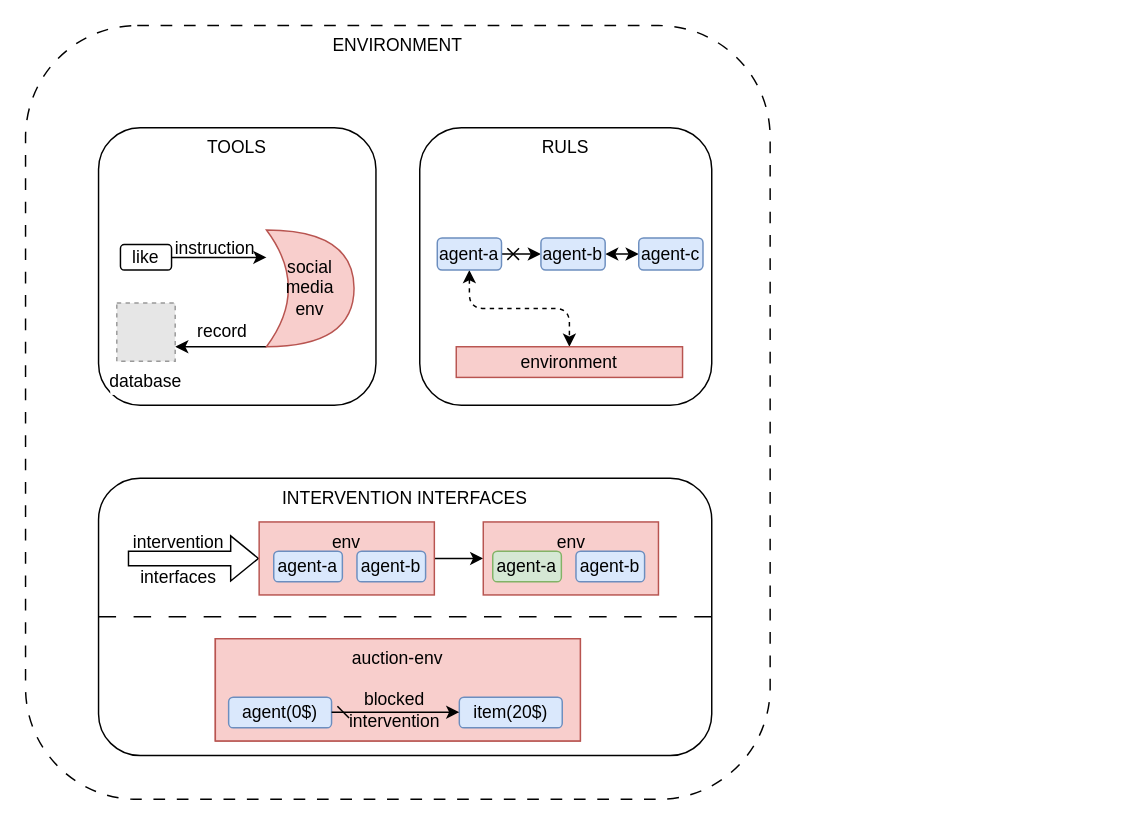
bianhua-12/Multi-generative_Agent_System_survey keeps this draw.io diagram as page "environment-conponets" (2 of 2) of mgas.drawio. Above is the earlier version. Source tidied: cells renumbered, new cells numbered last; positions are measured from the earlier drawing's top-left corner, leaving out a move shared by most shapes. Both pictures are drawn from the tidied source at 146%, with x=0, y=0 at pixel (25, 25). Pictures stored in the file or linked from it are replaced by grey dashed boxes.
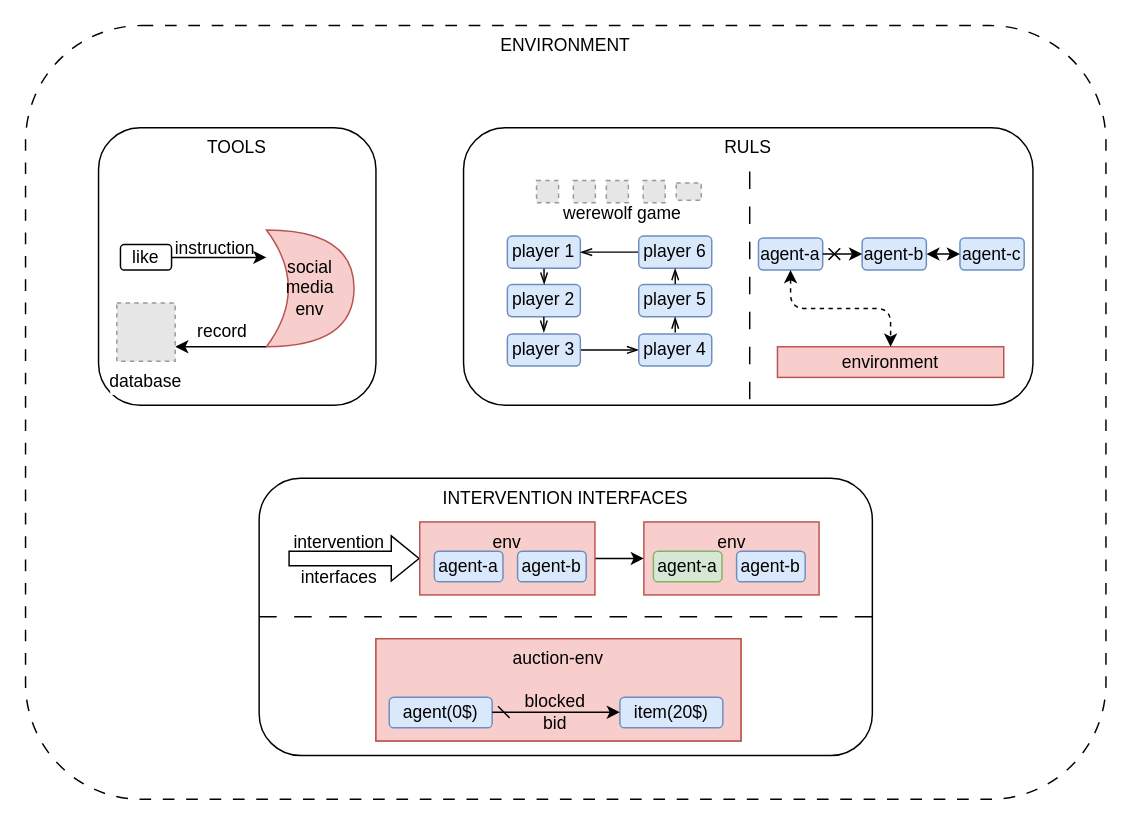
After the change.

The change refers to these unchanged cells:
```xml
<mxCell id="29" style="group;fillColor=#f8cecc;strokeColor=#b85450;" parent="16" vertex="1">
  <mxGeometry x="80" y="110" width="250" height="70" as="geometry" />
</mxCell>
```

The edit, as a diff of the source:
```diff
@@
     <mxCell id="2" value="ENVIRONMENT" style="rounded=1;whiteSpace=wrap;html=1;dashed=1;dashPattern=8 8;verticalAlign=top;" parent="1" vertex="1">
-      <mxGeometry width="510" height="530" as="geometry" />
+      <mxGeometry width="740" height="530" as="geometry" />
     </mxCell>
@@
-    <mxCell id="4" value="RULS" style="rounded=1;whiteSpace=wrap;html=1;verticalAlign=top;" parent="1" vertex="1">
-      <mxGeometry x="270" y="70" width="200" height="190" as="geometry" />
-    </mxCell>
@@
-    <mxCell id="9" style="rounded=1;jettySize=auto;html=1;labelBorderColor=none;textShadow=0;dashed=1;edgeStyle=orthogonalEdgeStyle;jumpStyle=sharp;startArrow=classic;startFill=1;" parent="1" edge="1" source="11" target="15">
-      <mxGeometry relative="1" as="geometry" />
-    </mxCell>
-    <mxCell id="10" style="edgeStyle=orthogonalEdgeStyle;rounded=0;jettySize=auto;html=1;entryX=0;entryY=0.5;entryDx=0;entryDy=0;startArrow=cross;startFill=0;" parent="1" edge="1" source="11" target="13">
-      <mxGeometry relative="1" as="geometry" />
-    </mxCell>
-    <mxCell id="11" value="agent-a" style="rounded=1;whiteSpace=wrap;html=1;fillColor=#dae8fc;strokeColor=#6c8ebf;" parent="1" vertex="1">
-      <mxGeometry x="282" y="145.5" width="44" height="22" as="geometry" />
-    </mxCell>
-    <mxCell id="12" style="edgeStyle=orthogonalEdgeStyle;rounded=0;jettySize=auto;html=1;entryX=0;entryY=0.5;entryDx=0;entryDy=0;startArrow=classic;startFill=1;" parent="1" edge="1" source="13" target="14">
-      <mxGeometry relative="1" as="geometry" />
-    </mxCell>
-    <mxCell id="13" value="agent-b" style="rounded=1;whiteSpace=wrap;html=1;fillColor=#dae8fc;strokeColor=#6c8ebf;" parent="1" vertex="1">
-      <mxGeometry x="353" y="145.5" width="44" height="22" as="geometry" />
-    </mxCell>
-    <mxCell id="14" value="agent-c" style="rounded=1;whiteSpace=wrap;html=1;fillColor=#dae8fc;strokeColor=#6c8ebf;" parent="1" vertex="1">
-      <mxGeometry x="420" y="145.5" width="44" height="22" as="geometry" />
-    </mxCell>
-    <mxCell id="15" value="environment" style="rounded=0;whiteSpace=wrap;html=1;fillColor=#f8cecc;strokeColor=#b85450;" parent="1" vertex="1">
-      <mxGeometry x="295" y="220" width="155" height="21" as="geometry" />
-    </mxCell>
     <mxCell id="16" style="group;" parent="1" vertex="1">
-      <mxGeometry x="50" y="310" width="420" height="190" as="geometry" />
+      <mxGeometry x="160" y="310" width="420" height="190" as="geometry" />
     </mxCell>
@@
-    <mxCell id="35" value="blocked&lt;div&gt;intervention&lt;/div&gt;" style="text;html=1;align=center;verticalAlign=middle;whiteSpace=wrap;rounded=0;" parent="29" vertex="1">
-      <mxGeometry x="89.2" y="34" width="68.2" height="30" as="geometry" />
+    <mxCell id="35" value="blocked&lt;div&gt;bid&lt;/div&gt;" style="text;html=1;align=center;verticalAlign=middle;whiteSpace=wrap;rounded=0;" parent="29" vertex="1">
+      <mxGeometry x="89.2" y="35" width="68.2" height="30" as="geometry" />
     </mxCell>
@@
+    <mxCell id="39" style="group;" parent="1" vertex="1">
+      <mxGeometry x="300" y="70" width="390" height="190" as="geometry" />
+    </mxCell>
+    <mxCell id="4" value="RULS" style="rounded=1;whiteSpace=wrap;html=1;verticalAlign=top;" parent="39" vertex="1">
+      <mxGeometry width="390" height="190" as="geometry" />
+    </mxCell>
+    <mxCell id="11" value="agent-a" style="rounded=1;whiteSpace=wrap;html=1;fillColor=#dae8fc;strokeColor=#6c8ebf;" parent="39" vertex="1">
+      <mxGeometry x="202" y="75.5" width="44" height="22" as="geometry" />
+    </mxCell>
+    <mxCell id="13" value="agent-b" style="rounded=1;whiteSpace=wrap;html=1;fillColor=#dae8fc;strokeColor=#6c8ebf;" parent="39" vertex="1">
+      <mxGeometry x="273" y="75.5" width="44" height="22" as="geometry" />
+    </mxCell>
+    <mxCell id="14" value="agent-c" style="rounded=1;whiteSpace=wrap;html=1;fillColor=#dae8fc;strokeColor=#6c8ebf;" parent="39" vertex="1">
+      <mxGeometry x="340" y="75.5" width="44" height="22" as="geometry" />
+    </mxCell>
+    <mxCell id="15" value="environment" style="rounded=0;whiteSpace=wrap;html=1;fillColor=#f8cecc;strokeColor=#b85450;" parent="39" vertex="1">
+      <mxGeometry x="215" y="150" width="155" height="21" as="geometry" />
+    </mxCell>
+    <mxCell id="10" style="edgeStyle=orthogonalEdgeStyle;rounded=0;jettySize=auto;html=1;entryX=0;entryY=0.5;entryDx=0;entryDy=0;startArrow=cross;startFill=0;" parent="39" edge="1" source="11" target="13">
+      <mxGeometry relative="1" as="geometry" />
+    </mxCell>
+    <mxCell id="12" style="edgeStyle=orthogonalEdgeStyle;rounded=0;jettySize=auto;html=1;entryX=0;entryY=0.5;entryDx=0;entryDy=0;startArrow=classic;startFill=1;" parent="39" edge="1" source="13" target="14">
+      <mxGeometry relative="1" as="geometry" />
+    </mxCell>
+    <mxCell id="9" style="rounded=1;jettySize=auto;html=1;labelBorderColor=none;textShadow=0;dashed=1;edgeStyle=orthogonalEdgeStyle;jumpStyle=sharp;startArrow=classic;startFill=1;" parent="39" edge="1" source="11" target="15">
+      <mxGeometry relative="1" as="geometry" />
+    </mxCell>
+    <mxCell id="40" style="endArrow=none;html=1;rounded=0;dashed=1;dashPattern=12 12;" parent="39" edge="1">
+      <mxGeometry relative="1" as="geometry">
+        <mxPoint x="196" y="30" as="sourcePoint" />
+        <mxPoint x="196" y="190" as="targetPoint" />
+      </mxGeometry>
+    </mxCell>
+    <mxCell id="41" style="group;" parent="39" vertex="1">
+      <mxGeometry x="30" y="36.2" width="147.6" height="127" as="geometry" />
+    </mxCell>
+    <mxCell id="42" style="group;" parent="41" vertex="1">
+      <mxGeometry x="20" width="117.6" height="30" as="geometry" />
+    </mxCell>
+    <mxCell id="43" style="group;" parent="42" vertex="1">
+      <mxGeometry width="112.8" height="15.1" as="geometry" />
+    </mxCell>
+    <mxCell id="44" style="fillColor=#E6E6E6;strokeColor=#999999;dashed=1;verticalLabelPosition=bottom;labelBackgroundColor=default;verticalAlign=top;" parent="43" vertex="1">
+      <mxGeometry width="15.1" height="15.1" as="geometry" />
+    </mxCell>
+    <mxCell id="45" style="fillColor=#E6E6E6;strokeColor=#999999;dashed=1;verticalLabelPosition=bottom;labelBackgroundColor=default;verticalAlign=top;" parent="43" vertex="1">
+      <mxGeometry x="25.2" width="15.1" height="15.1" as="geometry" />
+    </mxCell>
+    <mxCell id="46" style="fillColor=#E6E6E6;strokeColor=#999999;dashed=1;verticalLabelPosition=bottom;labelBackgroundColor=default;verticalAlign=top;" parent="43" vertex="1">
+      <mxGeometry x="47.8" width="15.1" height="15.1" as="geometry" />
+    </mxCell>
+    <mxCell id="47" style="fillColor=#E6E6E6;strokeColor=#999999;dashed=1;verticalLabelPosition=bottom;labelBackgroundColor=default;verticalAlign=top;" parent="43" vertex="1">
+      <mxGeometry x="73" width="15.1" height="15.1" as="geometry" />
+    </mxCell>
+    <mxCell id="48" style="fillColor=#E6E6E6;strokeColor=#999999;dashed=1;verticalLabelPosition=bottom;labelBackgroundColor=default;verticalAlign=top;" parent="43" vertex="1">
+      <mxGeometry x="95.7" y="1.6" width="17.1" height="11.9" as="geometry" />
+    </mxCell>
+    <mxCell id="49" value="werewolf game" style="rounded=0;whiteSpace=wrap;html=1;strokeColor=none;fillColor=none;" parent="42" vertex="1">
+      <mxGeometry y="15" width="117.6" height="15" as="geometry" />
+    </mxCell>
+    <mxCell id="50" value="player 1" style="rounded=1;whiteSpace=wrap;html=1;fillColor=#dae8fc;strokeColor=#6c8ebf;" parent="41" vertex="1">
+      <mxGeometry y="38" width="50" height="22" as="geometry" />
+    </mxCell>
+    <mxCell id="51" value="player 2" style="rounded=1;whiteSpace=wrap;html=1;fillColor=#dae8fc;strokeColor=#6c8ebf;" parent="41" vertex="1">
+      <mxGeometry y="71.2" width="50" height="22" as="geometry" />
+    </mxCell>
+    <mxCell id="52" style="edgeStyle=orthogonalEdgeStyle;rounded=0;jettySize=auto;html=1;endArrow=openThin;endFill=0;" parent="41" edge="1" source="53">
+      <mxGeometry relative="1" as="geometry">
+        <mxPoint x="90" y="116" as="targetPoint" />
+      </mxGeometry>
+    </mxCell>
+    <mxCell id="53" value="player 3" style="rounded=1;whiteSpace=wrap;html=1;fillColor=#dae8fc;strokeColor=#6c8ebf;" parent="41" vertex="1">
+      <mxGeometry y="105" width="50" height="22" as="geometry" />
+    </mxCell>
+    <mxCell id="54" value="player 5" style="rounded=1;whiteSpace=wrap;html=1;fillColor=#dae8fc;strokeColor=#6c8ebf;" parent="41" vertex="1">
+      <mxGeometry x="90" y="71.2" width="50" height="22" as="geometry" />
+    </mxCell>
+    <mxCell id="55" value="player 4" style="rounded=1;whiteSpace=wrap;html=1;fillColor=#dae8fc;strokeColor=#6c8ebf;" parent="41" vertex="1">
+      <mxGeometry x="90" y="105" width="50" height="22" as="geometry" />
+    </mxCell>
+    <mxCell id="56" style="edgeStyle=orthogonalEdgeStyle;rounded=0;jettySize=auto;html=1;endArrow=openThin;endFill=0;" parent="41" edge="1" source="57">
+      <mxGeometry relative="1" as="geometry">
+        <mxPoint x="50" y="49" as="targetPoint" />
+      </mxGeometry>
+    </mxCell>
+    <mxCell id="57" value="player 6" style="rounded=1;whiteSpace=wrap;html=1;fillColor=#dae8fc;strokeColor=#6c8ebf;" parent="41" vertex="1">
+      <mxGeometry x="90" y="38" width="50" height="22" as="geometry" />
+    </mxCell>
+    <mxCell id="58" style="endArrow=openThin;startArrow=none;html=1;rounded=0;startFill=0;endFill=0;exitX=0.563;exitY=1.012;exitDx=0;exitDy=0;exitPerimeter=0;entryX=0.564;entryY=-0.009;entryDx=0;entryDy=0;entryPerimeter=0;" parent="41" edge="1">
+      <mxGeometry relative="1" as="geometry">
+        <mxPoint x="25.1" y="60.3" as="sourcePoint" />
+        <mxPoint x="25.2" y="71.1" as="targetPoint" />
+      </mxGeometry>
+    </mxCell>
+    <mxCell id="59" style="endArrow=openThin;startArrow=none;html=1;rounded=0;startFill=0;endFill=0;exitX=0.563;exitY=1.012;exitDx=0;exitDy=0;exitPerimeter=0;entryX=0.564;entryY=-0.009;entryDx=0;entryDy=0;entryPerimeter=0;" parent="41" edge="1">
+      <mxGeometry relative="1" as="geometry">
+        <mxPoint x="25" y="93.3" as="sourcePoint" />
+        <mxPoint x="25" y="104" as="targetPoint" />
+      </mxGeometry>
+    </mxCell>
+    <mxCell id="60" style="endArrow=openThin;startArrow=none;html=1;rounded=0;startFill=0;endFill=0;exitX=0.563;exitY=1.012;exitDx=0;exitDy=0;exitPerimeter=0;entryX=0.564;entryY=-0.009;entryDx=0;entryDy=0;entryPerimeter=0;" parent="41" edge="1">
+      <mxGeometry relative="1" as="geometry">
+        <mxPoint x="115" y="104" as="sourcePoint" />
+        <mxPoint x="114.9" y="93.3" as="targetPoint" />
+      </mxGeometry>
+    </mxCell>
+    <mxCell id="61" style="endArrow=openThin;startArrow=none;html=1;rounded=0;startFill=0;endFill=0;exitX=0.563;exitY=1.012;exitDx=0;exitDy=0;exitPerimeter=0;entryX=0.564;entryY=-0.009;entryDx=0;entryDy=0;entryPerimeter=0;" parent="41" edge="1">
+      <mxGeometry relative="1" as="geometry">
+        <mxPoint x="115" y="70.9" as="sourcePoint" />
+        <mxPoint x="114.9" y="60.1" as="targetPoint" />
+      </mxGeometry>
+    </mxCell>
```
